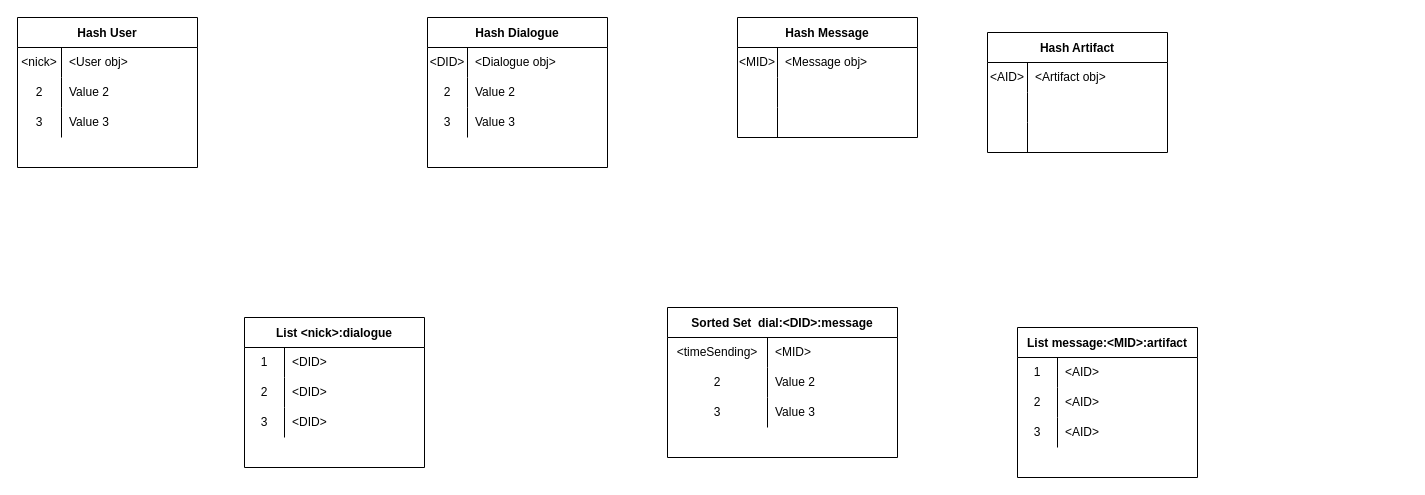
The draw.io diagram doc/pdf/src/diagrams/src/Модель данных.drawio in okayno14/E-message, before the edit. Source tidied: cells renumbered, new cells numbered last; positions are measured from the earlier drawing's top-left corner, leaving out a move shared by most shapes. Both pictures are drawn from the tidied source at 100%, with x=0, y=0 at pixel (17, 17).
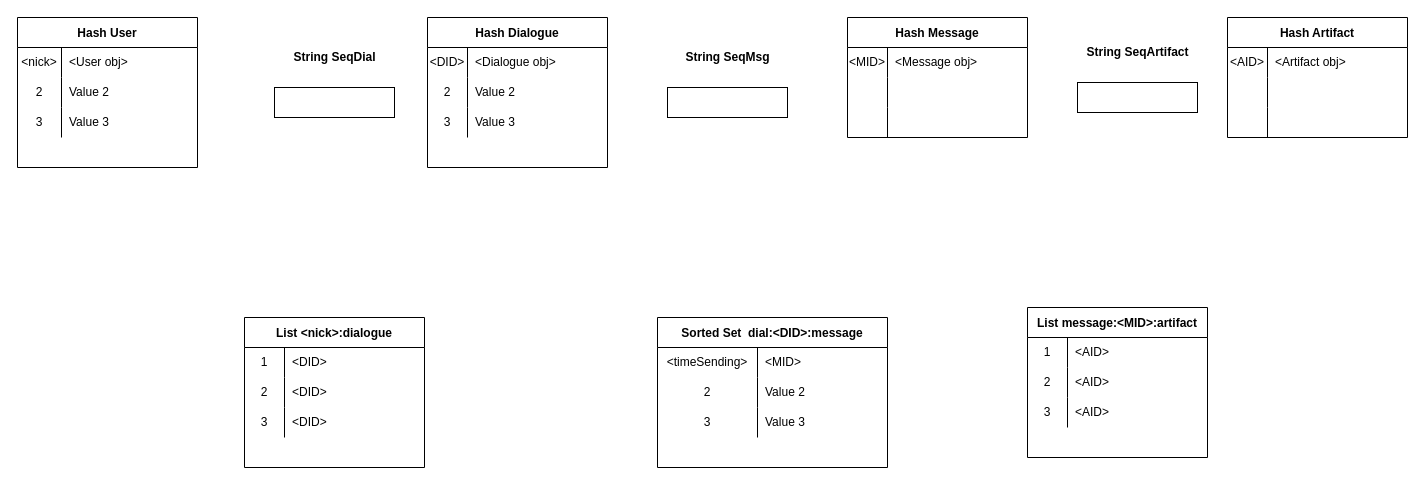
The same page after the edit.

Commit message (it also covers changes not shown here):
Добавил в модель данных строки-счётчики, из которых будут браться значения ID. В конкретном репозитории пользователя поменял имя хэш-таблицы на преобразованный атом-имя записи.

What changed in the source:
```diff
@@
     <mxCell id="32" value="Hash Message" style="shape=table;startSize=30;childLayout=tableLayout;rowLines=0;fontStyle=1;" parent="1" vertex="1">
-      <mxGeometry x="720" width="180" height="120" as="geometry" />
+      <mxGeometry x="830" width="180" height="120" as="geometry" />
     </mxCell>
@@
     <mxCell id="42" value="Sorted Set  dial:&lt;DID&gt;:message" style="shape=table;startSize=30;childLayout=tableLayout;rowLines=0;fontStyle=1;" parent="1" vertex="1">
-      <mxGeometry x="650" y="290" width="230" height="150" as="geometry" />
+      <mxGeometry x="640" y="300" width="230" height="150" as="geometry" />
     </mxCell>
@@
     <mxCell id="52" value="Hash Artifact" style="shape=table;startSize=30;childLayout=tableLayout;rowLines=0;fontStyle=1;" parent="1" vertex="1">
-      <mxGeometry x="970" y="15" width="180" height="120" as="geometry" />
+      <mxGeometry x="1210" width="180" height="120" as="geometry" />
     </mxCell>
@@
     <mxCell id="62" value="List message:&lt;MID&gt;:artifact" style="shape=table;startSize=30;childLayout=tableLayout;rowLines=0;fontStyle=1;" parent="1" vertex="1">
-      <mxGeometry x="1000" y="310" width="180" height="150" as="geometry" />
+      <mxGeometry x="1010" y="290" width="180" height="150" as="geometry" />
     </mxCell>
@@
+    <mxCell id="72" style="group;" parent="1" vertex="1">
+      <mxGeometry x="257" y="30" width="120" height="70" as="geometry" />
+    </mxCell>
+    <mxCell id="73" style="rounded=0;whiteSpace=wrap;html=1;" parent="72" vertex="1">
+      <mxGeometry y="40" width="120" height="30" as="geometry" />
+    </mxCell>
+    <mxCell id="74" value="&lt;b&gt;String SeqDial&lt;/b&gt;" style="text;html=1;align=center;verticalAlign=middle;strokeColor=none;fillColor=none;" parent="72" vertex="1">
+      <mxGeometry x="10" width="100" height="20" as="geometry" />
+    </mxCell>
+    <mxCell id="75" style="group;" parent="1" vertex="1">
+      <mxGeometry x="650" y="30" width="120" height="70" as="geometry" />
+    </mxCell>
+    <mxCell id="76" style="rounded=0;whiteSpace=wrap;html=1;" parent="75" vertex="1">
+      <mxGeometry y="40" width="120" height="30" as="geometry" />
+    </mxCell>
+    <mxCell id="77" value="&lt;b&gt;String SeqMsg&lt;/b&gt;" style="text;html=1;align=center;verticalAlign=middle;strokeColor=none;fillColor=none;" parent="75" vertex="1">
+      <mxGeometry x="10" width="100" height="20" as="geometry" />
+    </mxCell>
+    <mxCell id="78" style="group;" parent="1" vertex="1">
+      <mxGeometry x="1060" y="25" width="120" height="70" as="geometry" />
+    </mxCell>
+    <mxCell id="79" style="rounded=0;whiteSpace=wrap;html=1;" parent="78" vertex="1">
+      <mxGeometry y="40" width="120" height="30" as="geometry" />
+    </mxCell>
+    <mxCell id="80" value="&lt;b&gt;String SeqArtifact&lt;/b&gt;" style="text;html=1;align=center;verticalAlign=middle;strokeColor=none;fillColor=none;" parent="78" vertex="1">
+      <mxGeometry width="120" height="20" as="geometry" />
+    </mxCell>
```
